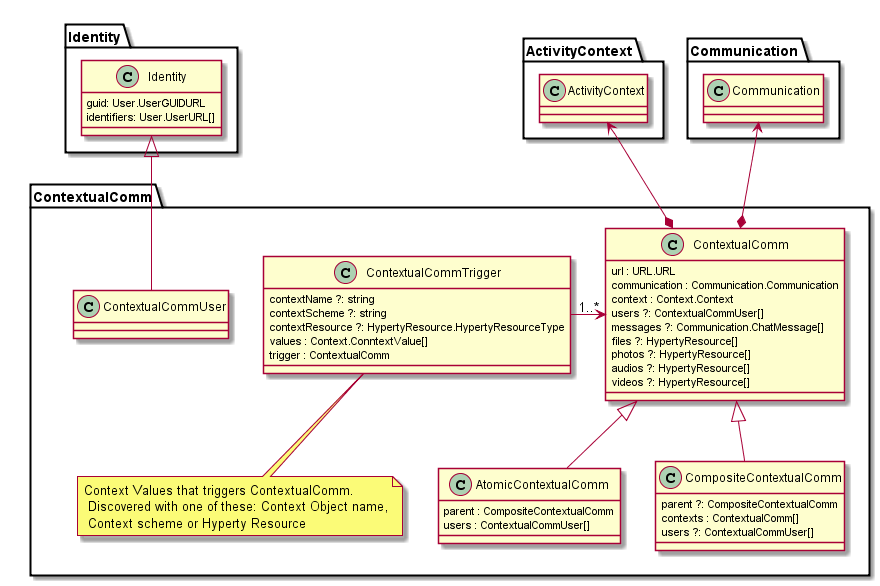
Earlier version of the PlantUML export docs/contextual-communication-design.png (reTHINK-project/dev-smart-contextual-assistance-app).
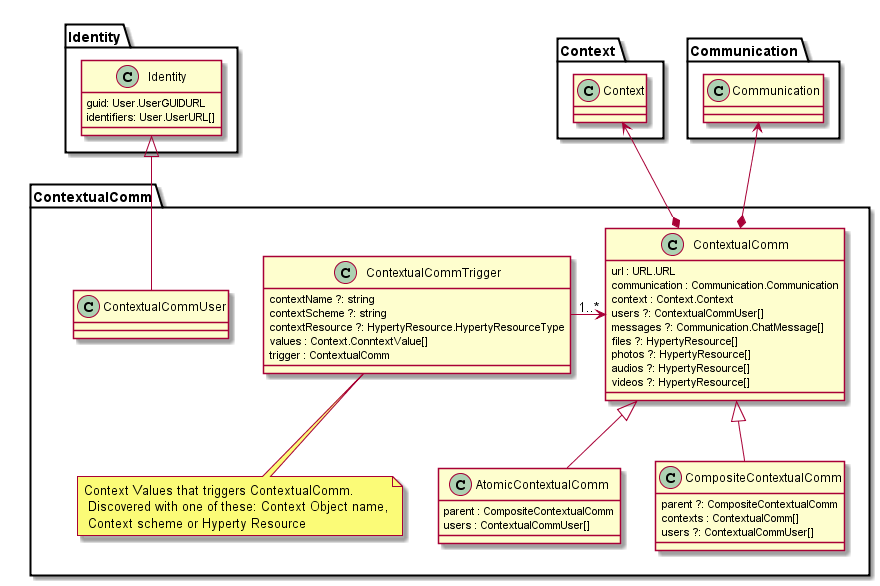
After the change.

Commit message:
data model update

Change to the diagram source:
```diff
@@ -48,7 +48,7 @@
 
  ContextualComm <-right- "1..*" ContextualCommTrigger
 
-	ContextualComm *-up-> ActivityContext.ActivityContext
+	ContextualComm *-up-> Context.Context
 
 	ContextualComm *-up-> Communication.Communication
 
```
